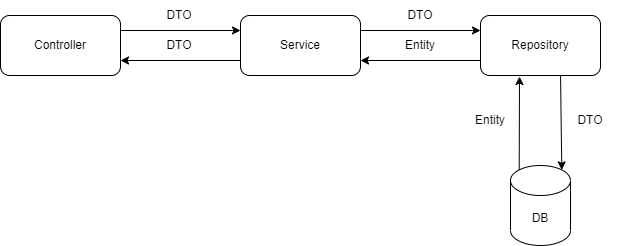
The draw.io diagram screenshot/structure.png in dlwldyd/shop, before a commit. Source tidied: cells renumbered, new cells last; positions are measured from the earlier drawing's top-left corner, leaving out a move shared by most shapes.
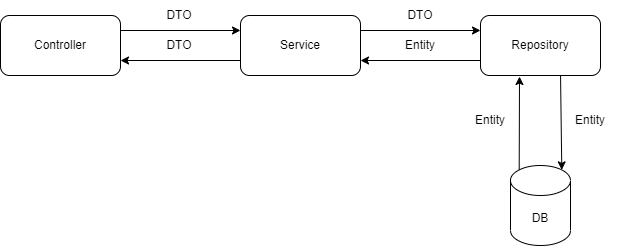
After the change.

Diff of the diagram source:
```diff
@@ -53,7 +53,7 @@
     <mxCell id="16" style="endArrow=classic;html=1;rounded=0;entryX=0.855;entryY=0;entryDx=0;entryDy=4.35;exitX=0.667;exitY=1;exitDx=0;exitDy=0;exitPerimeter=0;entryPerimeter=0;" parent="1" edge="1" source="4" target="5">
       <mxGeometry relative="1" as="geometry" />
     </mxCell>
-    <mxCell id="17" value="DTO" style="text;html=1;strokeColor=none;fillColor=none;align=center;verticalAlign=middle;whiteSpace=wrap;rounded=0;" parent="1" vertex="1">
+    <mxCell id="17" value="Entity" style="text;html=1;strokeColor=none;fillColor=none;align=center;verticalAlign=middle;whiteSpace=wrap;rounded=0;" parent="1" vertex="1">
       <mxGeometry x="560" y="105" width="60" height="30" as="geometry" />
     </mxCell>
   </root>
```
